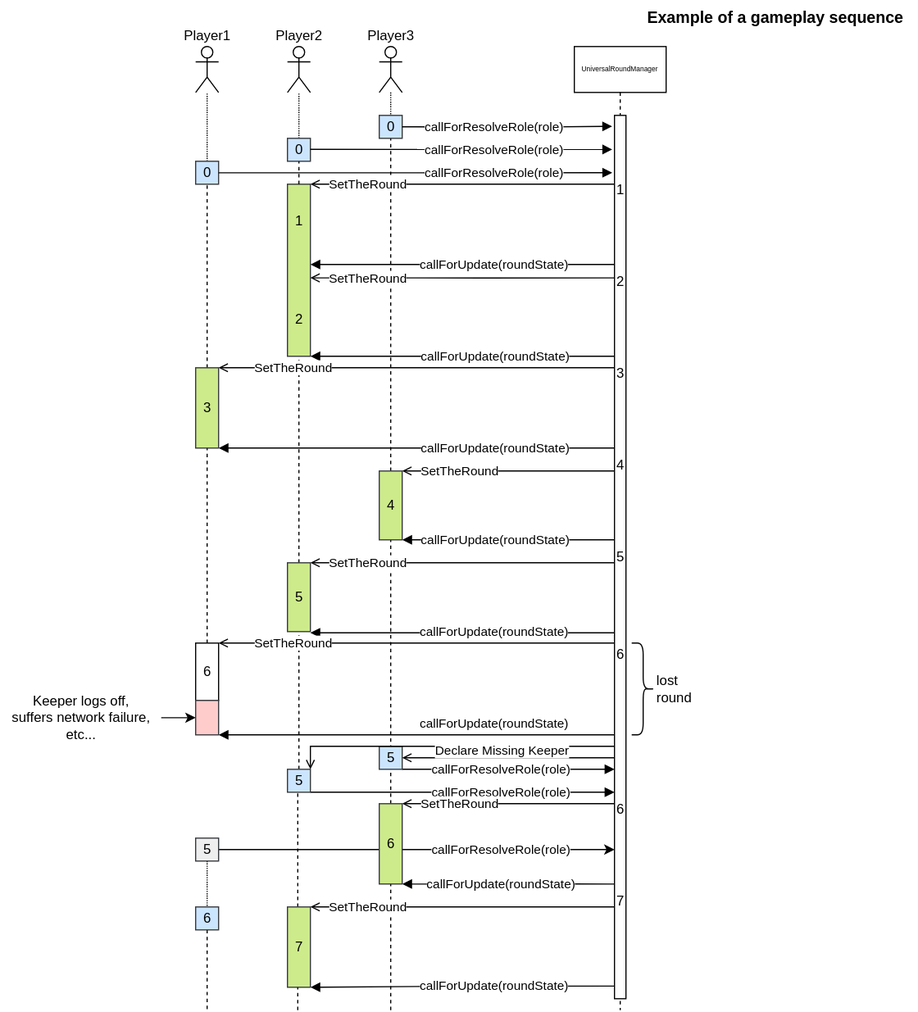
Above: TheProspector/Assets/Schematics/Sequence.svg in SakuNurmiranta/TheProspector (draw.io), before the change. Source tidied: cells renumbered, new cells last; positions are measured from the earlier drawing's top-left corner, leaving out a move shared by most shapes.
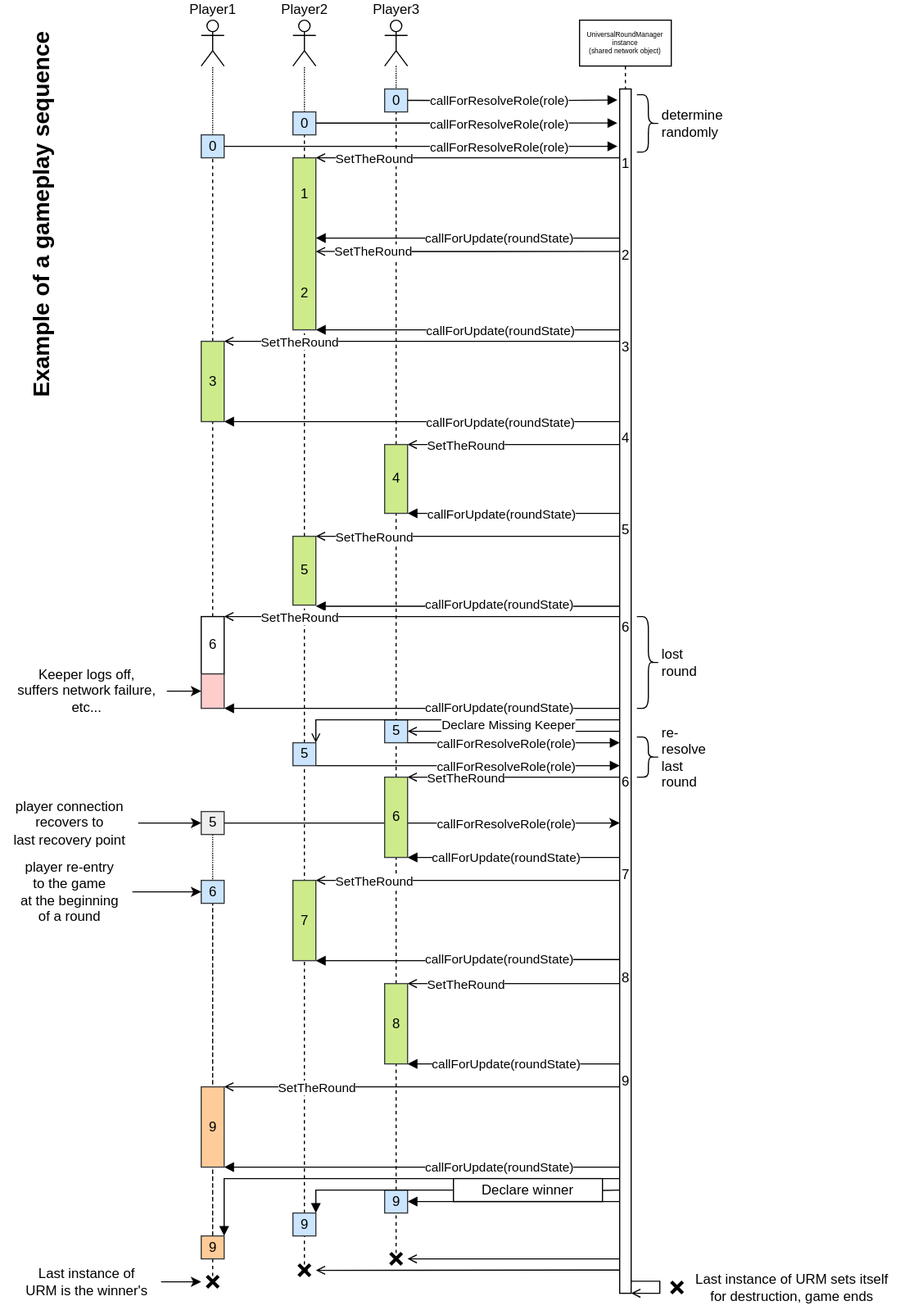
The same diagram one commit later.

The edit, as a diff of the source:
```diff
@@ -73,10 +73,8 @@
     <mxCell id="20" value="6" style="html=1;points=[[0,0,0,0,5],[0,1,0,0,-5],[1,0,0,0,5],[1,1,0,0,-5]];perimeter=orthogonalPerimeter;outlineConnect=0;targetShapes=umlLifeline;portConstraint=eastwest;newEdgeStyle={&quot;curved&quot;:0,&quot;rounded&quot;:0};" parent="1" vertex="1">
       <mxGeometry x="170" y="560" width="20" height="50" as="geometry" />
     </mxCell>
-    <mxCell id="21" style="endArrow=none;dashed=1;html=1;rounded=0;" parent="1" edge="1" target="22">
-      <mxGeometry relative="1" as="geometry">
-        <mxPoint x="340" y="880" as="sourcePoint" />
-      </mxGeometry>
+    <mxCell id="21" style="endArrow=none;dashed=1;html=1;rounded=0;" parent="1" edge="1" source="107" target="22">
+      <mxGeometry relative="1" as="geometry" />
     </mxCell>
     <mxCell id="22" value="6" style="html=1;points=[[0,0,0,0,5],[0,1,0,0,-5],[1,0,0,0,5],[1,1,0,0,-5]];perimeter=orthogonalPerimeter;outlineConnect=0;targetShapes=umlLifeline;portConstraint=eastwest;newEdgeStyle={&quot;curved&quot;:0,&quot;rounded&quot;:0};fillColor=#cdeb8b;strokeColor=#36393d;" parent="1" vertex="1">
       <mxGeometry x="330" y="700" width="20" height="70" as="geometry" />
@@ -84,11 +82,19 @@
     <mxCell id="23" style="html=1;points=[[0,0,0,0,5],[0,1,0,0,-5],[1,0,0,0,5],[1,1,0,0,-5]];perimeter=orthogonalPerimeter;outlineConnect=0;targetShapes=umlLifeline;portConstraint=eastwest;newEdgeStyle={&quot;curved&quot;:0,&quot;rounded&quot;:0};fillColor=#ffcccc;strokeColor=#36393d;" parent="1" vertex="1">
       <mxGeometry x="170" y="610" width="20" height="30" as="geometry" />
     </mxCell>
-    <mxCell id="24" value="UniversalRoundManager" style="shape=umlLifeline;perimeter=lifelinePerimeter;whiteSpace=wrap;html=1;newEdgeStyle={&quot;curved&quot;:0,&quot;rounded&quot;:0};fontSize=6;" parent="1" vertex="1">
-      <mxGeometry x="500" y="40" width="80" height="840" as="geometry" />
+    <mxCell id="24" value="UniversalRoundManager instance &lt;br&gt;(shared network object)" style="shape=umlLifeline;perimeter=lifelinePerimeter;whiteSpace=wrap;html=1;newEdgeStyle={&quot;curved&quot;:0,&quot;rounded&quot;:0};fontSize=6;" parent="1" vertex="1">
+      <mxGeometry x="500" y="40" width="80" height="1110" as="geometry" />
     </mxCell>
+    <mxCell id="94" style="edgeStyle=orthogonalEdgeStyle;rounded=0;orthogonalLoop=1;jettySize=auto;html=1;curved=0;endArrow=open;endFill=0;strokeWidth=1;exitX=0.5;exitY=0.99;exitDx=0;exitDy=0;exitPerimeter=0;" parent="24" edge="1" source="25" target="25">
+      <mxGeometry relative="1" as="geometry">
+        <Array as="points">
+          <mxPoint x="70" y="1099" />
+          <mxPoint x="70" y="1110" />
+        </Array>
+      </mxGeometry>
+    </mxCell>
     <mxCell id="25" style="html=1;points=[[0,0,0,0,5],[0,1,0,0,-5],[1,0,0,0,5],[1,1,0,0,-5]];perimeter=orthogonalPerimeter;outlineConnect=0;targetShapes=umlLifeline;portConstraint=eastwest;newEdgeStyle={&quot;curved&quot;:0,&quot;rounded&quot;:0};" parent="24" vertex="1">
-      <mxGeometry x="35" y="60" width="10" height="770" as="geometry" />
+      <mxGeometry x="35" y="60" width="10" height="1050" as="geometry" />
     </mxCell>
     <mxCell id="26" style="edgeStyle=orthogonalEdgeStyle;rounded=0;orthogonalLoop=1;jettySize=auto;html=1;curved=0;endArrow=block;endFill=1;" parent="1" edge="1">
       <mxGeometry relative="1" as="geometry">
@@ -177,7 +183,7 @@
       <mxGeometry x="430" y="550" as="geometry" />
     </mxCell>
     <mxCell id="37" value="callForUpdate(roundState)" style="edgeLabel;html=1;align=center;verticalAlign=middle;" parent="1" vertex="1">
-      <mxGeometry x="430" y="630" as="geometry" />
+      <mxGeometry x="430" y="640" as="geometry" />
     </mxCell>
     <mxCell id="38" value="callForUpdate(roundState)" style="edgeLabel;html=1;align=center;verticalAlign=middle;" parent="1" vertex="1">
       <mxGeometry x="436" y="770" as="geometry" />
@@ -267,10 +273,8 @@
         <mxPoint x="-34" y="-1" as="offset" />
       </mxGeometry>
     </mxCell>
-    <mxCell id="60" style="endArrow=none;dashed=1;html=1;rounded=0;" parent="1" edge="1" target="62">
-      <mxGeometry relative="1" as="geometry">
-        <mxPoint x="259" y="880" as="sourcePoint" />
-      </mxGeometry>
+    <mxCell id="60" style="endArrow=none;dashed=1;html=1;rounded=0;" parent="1" edge="1" source="109" target="62">
+      <mxGeometry relative="1" as="geometry" />
     </mxCell>
     <mxCell id="61" style="edgeStyle=orthogonalEdgeStyle;rounded=0;jettySize=auto;html=1;curved=0;endArrow=block;endFill=1;" parent="1" edge="1" source="62" target="25">
       <mxGeometry relative="1" as="geometry">
@@ -332,8 +336,8 @@
         <mxPoint x="-75" y="4" as="offset" />
       </mxGeometry>
     </mxCell>
-    <mxCell id="73" value="Example of a gameplay sequence" style="text;html=1;align=center;verticalAlign=middle;strokeColor=none;fillColor=none;fontSize=14;fontStyle=1;labelBorderColor=none;labelBackgroundColor=none;" parent="1" vertex="1">
-      <mxGeometry x="550" width="250" height="30" as="geometry" />
+    <mxCell id="73" value="Example of a gameplay sequence" style="text;html=1;align=center;verticalAlign=middle;strokeColor=none;fillColor=none;fontSize=20;fontStyle=1;labelBorderColor=none;labelBackgroundColor=none;rotation=-90;" parent="1" vertex="1">
+      <mxGeometry x="-140" y="190" width="340" height="40" as="geometry" />
     </mxCell>
     <mxCell id="74" style="edgeStyle=orthogonalEdgeStyle;rounded=0;jettySize=auto;html=1;curved=0;endArrow=none;endFill=0;dashed=1;strokeColor=#000000;dashPattern=1 1;" parent="1" edge="1" source="75" target="77">
       <mxGeometry relative="1" as="geometry">
@@ -346,12 +350,12 @@
     <mxCell id="75" value="5" style="html=1;points=[[0,0,0,0,5],[0,1,0,0,-5],[1,0,0,0,5],[1,1,0,0,-5]];perimeter=orthogonalPerimeter;outlineConnect=0;targetShapes=umlLifeline;portConstraint=eastwest;newEdgeStyle={&quot;curved&quot;:0,&quot;rounded&quot;:0};fillColor=#eeeeee;strokeColor=#36393d;" parent="1" vertex="1">
       <mxGeometry x="170" y="730" width="20" height="20" as="geometry" />
     </mxCell>
-    <mxCell id="76" style="edgeStyle=orthogonalEdgeStyle;rounded=0;jettySize=auto;html=1;curved=0;dashed=1;endArrow=none;endFill=0;" parent="1" edge="1" source="77">
+    <mxCell id="76" style="edgeStyle=orthogonalEdgeStyle;rounded=0;jettySize=auto;html=1;curved=0;dashed=1;endArrow=none;endFill=0;" parent="1" edge="1" source="105">
       <mxGeometry relative="1" as="geometry">
-        <mxPoint x="180" y="880" as="targetPoint" />
+        <mxPoint x="180" y="1140" as="targetPoint" />
         <Array as="points">
-          <mxPoint x="180" y="820" />
-          <mxPoint x="180" y="820" />
+          <mxPoint x="179.7" y="810" />
+          <mxPoint x="179.7" y="810" />
         </Array>
       </mxGeometry>
     </mxCell>
@@ -477,5 +481,195 @@
         <mxPoint y="-2" as="offset" />
       </mxGeometry>
     </mxCell>
+    <mxCell id="95" value="8" style="html=1;perimeter=orthogonalPerimeter;targetShapes=umlLifeline;newEdgeStyle={&quot;curved&quot;:0,&quot;rounded&quot;:0};fillColor=#cdeb8b;strokeColor=#36393d;" parent="1" vertex="1">
+      <mxGeometry x="330" y="880" width="20" height="70" as="geometry" />
+    </mxCell>
+    <mxCell id="96" value="9" style="html=1;perimeter=orthogonalPerimeter;targetShapes=umlLifeline;newEdgeStyle={&quot;curved&quot;:0,&quot;rounded&quot;:0};fillColor=#ffcc99;strokeColor=#36393d;" parent="1" vertex="1">
+      <mxGeometry x="170" y="970" width="20" height="70" as="geometry" />
+    </mxCell>
+    <mxCell id="97" style="edgeStyle=orthogonalEdgeStyle;rounded=0;orthogonalLoop=1;jettySize=auto;html=1;curved=0;endArrow=open;endFill=0;" parent="1" edge="1">
+      <mxGeometry relative="1" as="geometry">
+        <mxPoint x="535" y="880" as="sourcePoint" />
+        <mxPoint x="350" y="880" as="targetPoint" />
+        <Array as="points">
+          <mxPoint x="420" y="880" />
+          <mxPoint x="420" y="880" />
+        </Array>
+      </mxGeometry>
+    </mxCell>
+    <mxCell id="98" value="SetTheRound" style="edgeLabel;html=1;align=center;verticalAlign=middle;" parent="97" vertex="1">
+      <mxGeometry x="0.63" y="2" relative="1" as="geometry">
+        <mxPoint x="15" y="-2" as="offset" />
+      </mxGeometry>
+    </mxCell>
+    <mxCell id="99" style="edgeStyle=orthogonalEdgeStyle;rounded=0;jettySize=auto;html=1;curved=0;endArrow=open;endFill=0;" parent="1" edge="1" source="25">
+      <mxGeometry relative="1" as="geometry">
+        <mxPoint x="190" y="970" as="targetPoint" />
+        <Array as="points">
+          <mxPoint x="460" y="970" />
+          <mxPoint x="460" y="970" />
+        </Array>
+      </mxGeometry>
+    </mxCell>
+    <mxCell id="100" value="SetTheRound" style="edgeLabel;html=1;align=center;verticalAlign=middle;" parent="99" vertex="1">
+      <mxGeometry x="0.63" y="2" relative="1" as="geometry">
+        <mxPoint x="15" y="-2" as="offset" />
+      </mxGeometry>
+    </mxCell>
+    <mxCell id="101" style="edgeStyle=orthogonalEdgeStyle;rounded=0;orthogonalLoop=1;jettySize=auto;html=1;curved=0;endArrow=block;endFill=1;" parent="1" edge="1">
+      <mxGeometry relative="1" as="geometry">
+        <mxPoint x="535" y="1040" as="sourcePoint" />
+        <mxPoint x="190" y="1040" as="targetPoint" />
+        <Array as="points">
+          <mxPoint x="240" y="1040" />
+          <mxPoint x="240" y="1040" />
+        </Array>
+      </mxGeometry>
+    </mxCell>
+    <mxCell id="102" value="callForUpdate(roundState)" style="edgeLabel;html=1;align=center;verticalAlign=middle;" parent="1" vertex="1">
+      <mxGeometry x="430" y="1040" as="geometry" />
+    </mxCell>
+    <mxCell id="103" style="edgeStyle=orthogonalEdgeStyle;rounded=0;orthogonalLoop=1;jettySize=auto;html=1;curved=0;endArrow=block;endFill=1;" parent="1" edge="1">
+      <mxGeometry relative="1" as="geometry">
+        <mxPoint x="535" y="950" as="sourcePoint" />
+        <mxPoint x="350" y="950" as="targetPoint" />
+        <Array as="points">
+          <mxPoint x="500" y="950" />
+          <mxPoint x="500" y="950" />
+        </Array>
+      </mxGeometry>
+    </mxCell>
+    <mxCell id="104" value="callForUpdate(roundState)" style="edgeLabel;html=1;align=center;verticalAlign=middle;" parent="1" vertex="1">
+      <mxGeometry x="436" y="950" as="geometry" />
+    </mxCell>
+    <mxCell id="105" value="9" style="html=1;points=[[0,0,0,0,5],[0,1,0,0,-5],[1,0,0,0,5],[1,1,0,0,-5]];perimeter=orthogonalPerimeter;outlineConnect=0;targetShapes=umlLifeline;portConstraint=eastwest;newEdgeStyle={&quot;curved&quot;:0,&quot;rounded&quot;:0};fillColor=#ffcc99;strokeColor=#36393d;" parent="1" vertex="1">
+      <mxGeometry x="170" y="1100" width="20" height="20" as="geometry" />
+    </mxCell>
+    <mxCell id="106" style="endArrow=none;dashed=1;html=1;rounded=0;" parent="1" edge="1" source="118" target="107">
+      <mxGeometry relative="1" as="geometry" />
+    </mxCell>
+    <mxCell id="107" value="9" style="html=1;points=[[0,0,0,0,5],[0,1,0,0,-5],[1,0,0,0,5],[1,1,0,0,-5]];perimeter=orthogonalPerimeter;outlineConnect=0;targetShapes=umlLifeline;portConstraint=eastwest;newEdgeStyle={&quot;curved&quot;:0,&quot;rounded&quot;:0};fillColor=#cce5ff;strokeColor=#36393d;" parent="1" vertex="1">
+      <mxGeometry x="330" y="1060" width="20" height="20" as="geometry" />
+    </mxCell>
+    <mxCell id="108" style="endArrow=none;dashed=1;html=1;rounded=0;" parent="1" edge="1" source="117" target="109">
+      <mxGeometry relative="1" as="geometry" />
+    </mxCell>
+    <mxCell id="109" value="9" style="html=1;points=[[0,0,0,0,5],[0,1,0,0,-5],[1,0,0,0,5],[1,1,0,0,-5]];perimeter=orthogonalPerimeter;outlineConnect=0;targetShapes=umlLifeline;portConstraint=eastwest;newEdgeStyle={&quot;curved&quot;:0,&quot;rounded&quot;:0};fillColor=#cce5ff;strokeColor=#36393d;" parent="1" vertex="1">
+      <mxGeometry x="250" y="1080" width="20" height="20" as="geometry" />
+    </mxCell>
+    <mxCell id="110" style="edgeStyle=orthogonalEdgeStyle;rounded=0;jettySize=auto;html=1;curved=0;endArrow=block;endFill=1;strokeWidth=1;" parent="1" edge="1" source="115">
+      <mxGeometry relative="1" as="geometry">
+        <mxPoint x="270" y="1080" as="targetPoint" />
+        <Array as="points">
+          <mxPoint x="270" y="1060" />
+        </Array>
+      </mxGeometry>
+    </mxCell>
+    <mxCell id="111" style="edgeStyle=orthogonalEdgeStyle;rounded=0;jettySize=auto;html=1;curved=0;endArrow=block;endFill=1;strokeWidth=1;" parent="1" edge="1" source="25" target="107">
+      <mxGeometry relative="1" as="geometry">
+        <Array as="points">
+          <mxPoint x="500" y="1070" />
+          <mxPoint x="500" y="1070" />
+        </Array>
+      </mxGeometry>
+    </mxCell>
+    <mxCell id="112" style="edgeStyle=orthogonalEdgeStyle;rounded=0;orthogonalLoop=1;jettySize=auto;html=1;curved=0;endArrow=block;endFill=1;strokeWidth=1;" parent="1" edge="1">
+      <mxGeometry relative="1" as="geometry">
+        <mxPoint x="535" y="1050" as="sourcePoint" />
+        <mxPoint x="190" y="1100" as="targetPoint" />
+        <Array as="points">
+          <mxPoint x="190" y="1050" />
+        </Array>
+      </mxGeometry>
+    </mxCell>
+    <mxCell id="113" style="edgeStyle=orthogonalEdgeStyle;rounded=0;jettySize=auto;html=1;curved=0;endArrow=none;endFill=0;strokeWidth=1;" parent="1" edge="1" target="115">
+      <mxGeometry relative="1" as="geometry">
+        <mxPoint x="535" y="1060" as="sourcePoint" />
+      </mxGeometry>
+    </mxCell>
+    <mxCell id="114" value="Declare Winner" style="edgeLabel;html=1;align=center;verticalAlign=middle;fontSize=13;" parent="113" vertex="1">
+      <mxGeometry x="-0.84" relative="1" as="geometry">
+        <mxPoint x="-76" as="offset" />
+      </mxGeometry>
+    </mxCell>
+    <mxCell id="115" value="Declare winner" style="whiteSpace=wrap;html=1;" parent="1" vertex="1">
+      <mxGeometry x="390" y="1050" width="130" height="20" as="geometry" />
+    </mxCell>
+    <mxCell id="116" style="endArrow=none;dashed=1;html=1;rounded=0;" parent="1" edge="1" target="117">
+      <mxGeometry relative="1" as="geometry">
+        <mxPoint x="260" y="1130" as="sourcePoint" />
+      </mxGeometry>
+    </mxCell>
+    <mxCell id="117" style="shape=umlDestroy;whiteSpace=wrap;html=1;strokeWidth=3;targetShapes=umlLifeline;" parent="1" vertex="1">
+      <mxGeometry x="255" y="1125" width="10" height="10" as="geometry" />
+    </mxCell>
+    <mxCell id="118" style="shape=umlDestroy;whiteSpace=wrap;html=1;strokeWidth=3;targetShapes=umlLifeline;" parent="1" vertex="1">
+      <mxGeometry x="335" y="1115" width="10" height="10" as="geometry" />
+    </mxCell>
+    <mxCell id="119" style="shape=umlDestroy;whiteSpace=wrap;html=1;strokeWidth=3;targetShapes=umlLifeline;" parent="1" vertex="1">
+      <mxGeometry x="175" y="1135" width="10" height="10" as="geometry" />
+    </mxCell>
+    <mxCell id="120" style="edgeStyle=orthogonalEdgeStyle;rounded=0;orthogonalLoop=1;jettySize=auto;html=1;curved=0;endArrow=open;endFill=0;strokeWidth=1;" parent="1" edge="1">
+      <mxGeometry relative="1" as="geometry">
+        <mxPoint x="535" y="1120" as="sourcePoint" />
+        <mxPoint x="350" y="1120" as="targetPoint" />
+        <Array as="points">
+          <mxPoint x="500" y="1120" />
+          <mxPoint x="500" y="1120" />
+        </Array>
+      </mxGeometry>
+    </mxCell>
+    <mxCell id="121" style="edgeStyle=orthogonalEdgeStyle;rounded=0;orthogonalLoop=1;jettySize=auto;html=1;curved=0;endArrow=open;endFill=0;strokeWidth=1;" parent="1" edge="1">
+      <mxGeometry relative="1" as="geometry">
+        <mxPoint x="535" y="1129.7" as="sourcePoint" />
+        <mxPoint x="270" y="1130" as="targetPoint" />
+        <Array as="points">
+          <mxPoint x="500" y="1129.7" />
+          <mxPoint x="500" y="1129.7" />
+        </Array>
+      </mxGeometry>
+    </mxCell>
+    <mxCell id="122" style="shape=umlDestroy;whiteSpace=wrap;html=1;strokeWidth=3;targetShapes=umlLifeline;" parent="1" vertex="1">
+      <mxGeometry x="580" y="1140" width="10" height="10" as="geometry" />
+    </mxCell>
+    <mxCell id="123" value="8" style="text;html=1;align=center;verticalAlign=middle;strokeColor=none;fillColor=none;" parent="1" vertex="1">
+      <mxGeometry x="525" y="860" width="30" height="30" as="geometry" />
+    </mxCell>
+    <mxCell id="124" value="9" style="text;html=1;align=center;verticalAlign=middle;strokeColor=none;fillColor=none;" parent="1" vertex="1">
+      <mxGeometry x="525" y="950" width="30" height="30" as="geometry" />
+    </mxCell>
+    <mxCell id="125" style="edgeStyle=orthogonalEdgeStyle;rounded=0;jettySize=auto;html=1;" parent="1" edge="1" source="126">
+      <mxGeometry relative="1" as="geometry">
+        <mxPoint x="170" y="1140" as="targetPoint" />
+      </mxGeometry>
+    </mxCell>
+    <mxCell id="126" value="Last instance of &lt;br&gt;URM is the winner's" style="text;html=1;align=center;verticalAlign=middle;points=[];strokeColor=none;fillColor=none;" parent="1" vertex="1">
+      <mxGeometry x="5" y="1120" width="130" height="40" as="geometry" />
+    </mxCell>
+    <mxCell id="127" value="Last instance of URM sets itself &lt;br&gt;for destruction, game ends" style="text;html=1;align=center;verticalAlign=middle;strokeColor=none;fillColor=none;" parent="1" vertex="1">
+      <mxGeometry x="590" y="1125" width="190" height="40" as="geometry" />
+    </mxCell>
+    <mxCell id="128" value="determine randomly" style="shape=curlyBracket;whiteSpace=wrap;html=1;rounded=1;flipH=1;labelPosition=right;verticalLabelPosition=middle;align=left;verticalAlign=middle;" parent="1" vertex="1">
+      <mxGeometry x="550" y="105" width="20" height="50" as="geometry" />
+    </mxCell>
+    <mxCell id="129" value="re-resolve last round" style="shape=curlyBracket;whiteSpace=wrap;html=1;rounded=1;flipH=1;labelPosition=right;verticalLabelPosition=middle;align=left;verticalAlign=middle;" parent="1" vertex="1">
+      <mxGeometry x="550" y="665" width="20" height="35" as="geometry" />
+    </mxCell>
+    <mxCell id="130" style="edgeStyle=orthogonalEdgeStyle;rounded=0;jettySize=auto;html=1;" parent="1" edge="1" source="131">
+      <mxGeometry relative="1" as="geometry">
+        <mxPoint x="170" y="740" as="targetPoint" />
+      </mxGeometry>
+    </mxCell>
+    <mxCell id="131" value="player connection &lt;br&gt;recovers to &lt;br&gt;last recovery point" style="text;html=1;align=center;verticalAlign=middle;points=[];strokeColor=none;fillColor=none;" parent="1" vertex="1">
+      <mxGeometry x="-5" y="710" width="120" height="60" as="geometry" />
+    </mxCell>
+    <mxCell id="132" style="edgeStyle=orthogonalEdgeStyle;rounded=0;jettySize=auto;html=1;" parent="1" edge="1" source="133">
+      <mxGeometry relative="1" as="geometry">
+        <mxPoint x="170" y="800" as="targetPoint" />
+      </mxGeometry>
+    </mxCell>
+    <mxCell id="133" value="player re-entry &lt;br&gt;to the game &lt;br&gt;at the beginning &lt;br&gt;of a round" style="text;html=1;align=center;verticalAlign=middle;points=[];strokeColor=none;fillColor=none;" parent="1" vertex="1">
+      <mxGeometry y="765" width="110" height="70" as="geometry" />
+    </mxCell>
   </root>
 </mxGraphModel>
```
